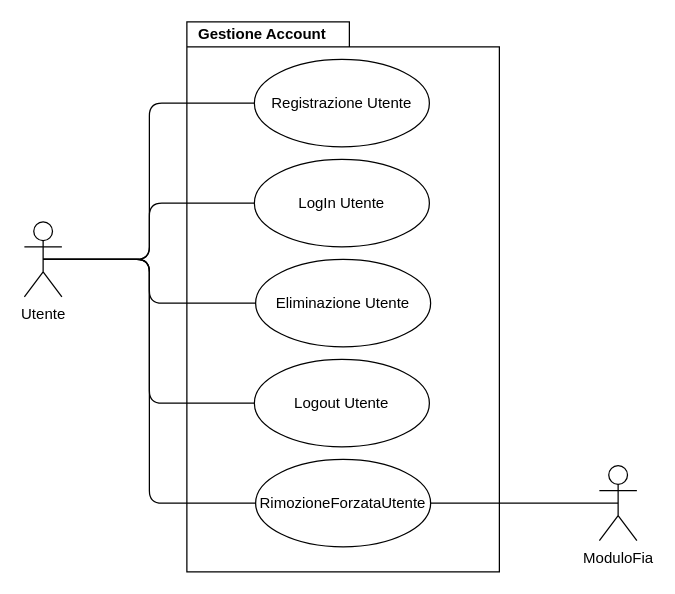
EmmanuelEngineer/E.M.A.A. keeps this draw.io diagram as page "Gestione Utente" (2 of 3) of Schemi/RAD/DiagrammiUseCaseModel.drawio. Above is the earlier version. Source tidied: cells renumbered, new cells numbered last; positions are measured from the earlier drawing's top-left corner, leaving out a move shared by most shapes. Both pictures are drawn from the tidied source at 125%, with x=0, y=0 at pixel (24, 21).
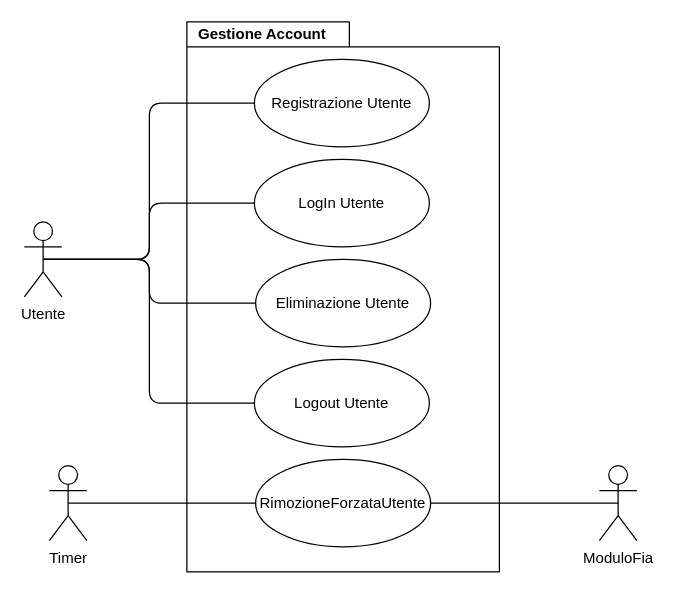
The same diagram, later.

Unchanged cells that the change refers to:
```xml
<mxCell id="3" value="Utente" style="shape=umlActor;verticalLabelPosition=bottom;verticalAlign=top;html=1;" parent="1" vertex="1">
  <mxGeometry y="160" width="30" height="60" as="geometry" />
</mxCell>
<mxCell id="15" value="RimozioneForzataUtente" style="ellipse;whiteSpace=wrap;html=1;" parent="1" vertex="1">
  <mxGeometry x="185" y="350" width="140" height="70" as="geometry" />
</mxCell>
```

Change to the diagram source:
```diff
@@
-    <mxCell id="14" style="edgeStyle=orthogonalEdgeStyle;rounded=1;jettySize=auto;html=1;exitX=0;exitY=0.5;exitDx=0;exitDy=0;entryX=0.5;entryY=0.5;entryDx=0;entryDy=0;entryPerimeter=0;endArrow=none;endFill=0;" parent="1" edge="1" source="15" target="3">
-      <mxGeometry relative="1" as="geometry">
-        <Array as="points">
-          <mxPoint x="100" y="385" />
-          <mxPoint x="100" y="190" />
-        </Array>
-      </mxGeometry>
-    </mxCell>
@@
+    <mxCell id="16" style="edgeStyle=orthogonalEdgeStyle;rounded=0;jettySize=auto;html=1;exitX=0.5;exitY=0.5;exitDx=0;exitDy=0;exitPerimeter=0;endArrow=none;endFill=0;" parent="1" edge="1" source="17" target="15">
+      <mxGeometry relative="1" as="geometry" />
+    </mxCell>
+    <mxCell id="17" value="Timer" style="shape=umlActor;verticalLabelPosition=bottom;verticalAlign=top;html=1;outlineConnect=0;" parent="1" vertex="1">
+      <mxGeometry x="20" y="355" width="30" height="60" as="geometry" />
+    </mxCell>
```
